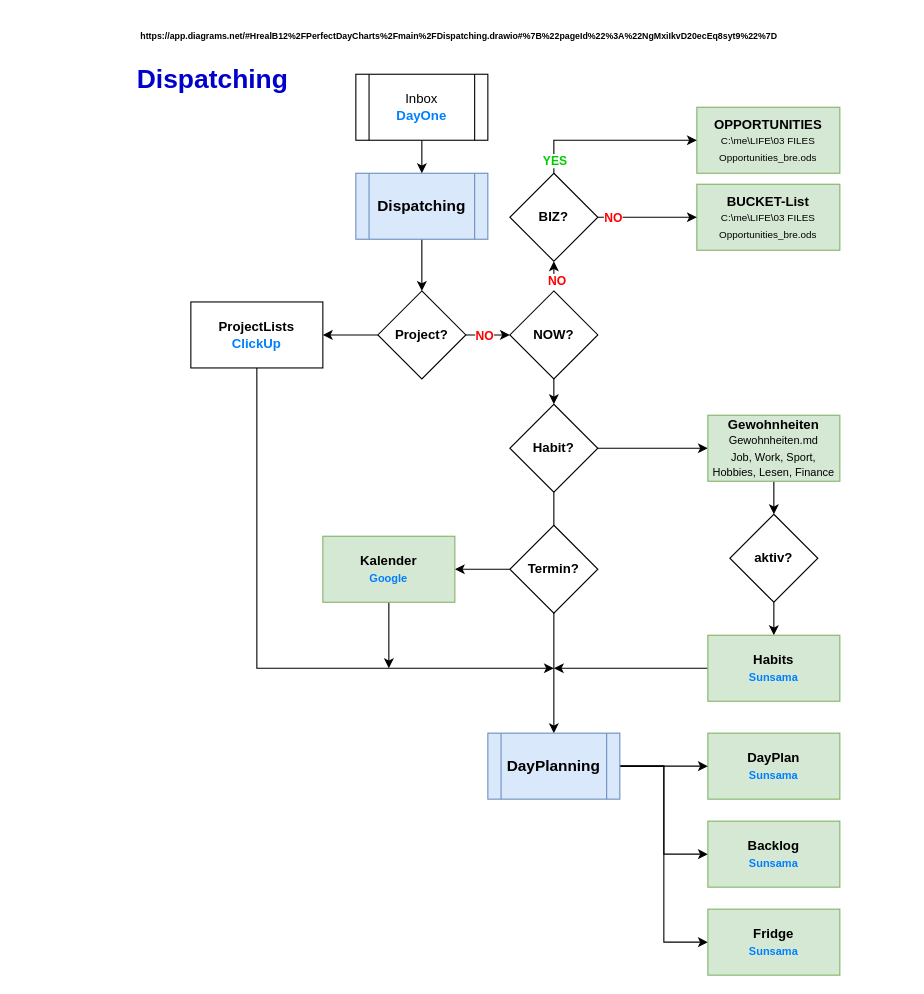
Above: Dispatching.drawio in realB12/PerfectDayCharts (draw.io), before the change. Source tidied: cells renumbered, new cells numbered last; positions are measured from the earlier drawing's top-left corner, leaving out a move shared by most shapes. Both pictures are drawn from the tidied source at 110%, with x=0, y=0 at pixel (19, 19).
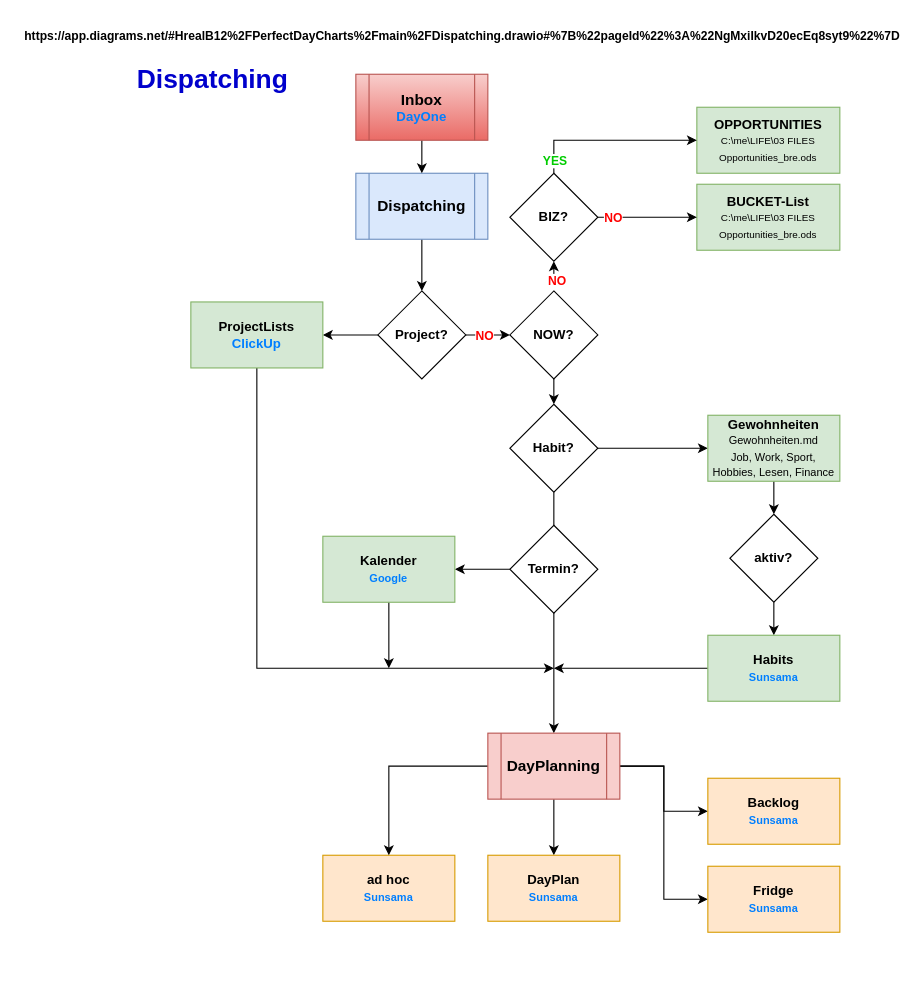
The same page after the edit.

Diff of the diagram source:
```diff
@@
-    <mxCell id="9" value="&lt;b&gt;ProjectLists&lt;/b&gt;&lt;br&gt;&lt;b&gt;&lt;font color=&quot;#007fff&quot;&gt;ClickUp&lt;/font&gt;&lt;/b&gt;" style="rounded=0;whiteSpace=wrap;html=1;" parent="1" vertex="1">
+    <mxCell id="9" value="&lt;b&gt;ProjectLists&lt;/b&gt;&lt;br&gt;&lt;b&gt;&lt;font color=&quot;#007fff&quot;&gt;ClickUp&lt;/font&gt;&lt;/b&gt;" style="rounded=0;whiteSpace=wrap;html=1;fillColor=#d5e8d4;strokeColor=#82b366;" parent="1" vertex="1">
       <mxGeometry x="156" y="257" width="120" height="60" as="geometry" />
     </mxCell>
@@
-    <mxCell id="28" value="Inbox&lt;br&gt;&lt;b&gt;&lt;font color=&quot;#007fff&quot;&gt;DayOne&lt;/font&gt;&lt;/b&gt;" style="shape=process;whiteSpace=wrap;html=1;backgroundOutline=1;" parent="1" vertex="1">
+    <mxCell id="28" value="&lt;b&gt;&lt;font style=&quot;font-size: 14px;&quot;&gt;Inbox&lt;/font&gt;&lt;/b&gt;&lt;br&gt;&lt;b&gt;&lt;font color=&quot;#007fff&quot;&gt;DayOne&lt;/font&gt;&lt;/b&gt;" style="shape=process;whiteSpace=wrap;html=1;backgroundOutline=1;fillColor=#f8cecc;strokeColor=#b85450;gradientColor=#ea6b66;" parent="1" vertex="1">
       <mxGeometry x="306" y="50" width="120" height="60" as="geometry" />
     </mxCell>
-    <mxCell id="29" value="&lt;b&gt;DayPlan&lt;/b&gt;&lt;br&gt;&lt;font color=&quot;#007fff&quot; size=&quot;1&quot;&gt;&lt;b&gt;Sunsama&lt;/b&gt;&lt;/font&gt;" style="rounded=0;whiteSpace=wrap;html=1;fillColor=#d5e8d4;strokeColor=#82b366;" parent="1" vertex="1">
-      <mxGeometry x="626" y="649" width="120" height="60" as="geometry" />
+    <mxCell id="29" value="&lt;b&gt;ad hoc&lt;br&gt;&lt;/b&gt;&lt;div&gt;&lt;b style=&quot;color: rgb(0, 127, 255); font-size: x-small;&quot;&gt;Sunsama&lt;/b&gt;&lt;br&gt;&lt;/div&gt;" style="rounded=0;whiteSpace=wrap;html=1;fillColor=#ffe6cc;strokeColor=#d79b00;labelBackgroundColor=none;" parent="1" vertex="1">
+      <mxGeometry x="276" y="760" width="120" height="60" as="geometry" />
     </mxCell>
@@
+    <mxCell id="45" style="edgeStyle=orthogonalEdgeStyle;rounded=0;jettySize=auto;html=1;" parent="1" edge="1" source="33" target="46">
+      <mxGeometry relative="1" as="geometry" />
+    </mxCell>
-    <mxCell id="33" value="&lt;font style=&quot;font-size: 14px;&quot;&gt;&lt;b&gt;DayPlanning&lt;/b&gt;&lt;/font&gt;" style="shape=process;whiteSpace=wrap;html=1;backgroundOutline=1;fillColor=#dae8fc;strokeColor=#6c8ebf;" parent="1" vertex="1">
+    <mxCell id="33" value="&lt;font style=&quot;font-size: 14px;&quot;&gt;&lt;b&gt;DayPlanning&lt;/b&gt;&lt;/font&gt;" style="shape=process;whiteSpace=wrap;html=1;backgroundOutline=1;fillColor=#f8cecc;strokeColor=#b85450;" parent="1" vertex="1">
       <mxGeometry x="426" y="649" width="120" height="60" as="geometry" />
     </mxCell>
-    <mxCell id="34" value="&lt;b&gt;Fridge&lt;/b&gt;&lt;br&gt;&lt;font color=&quot;#007fff&quot; size=&quot;1&quot;&gt;&lt;b&gt;Sunsama&lt;/b&gt;&lt;/font&gt;" style="rounded=0;whiteSpace=wrap;html=1;fillColor=#d5e8d4;strokeColor=#82b366;" parent="1" vertex="1">
-      <mxGeometry x="626" y="809" width="120" height="60" as="geometry" />
+    <mxCell id="34" value="&lt;b&gt;Fridge&lt;/b&gt;&lt;br&gt;&lt;font color=&quot;#007fff&quot; size=&quot;1&quot;&gt;&lt;b&gt;Sunsama&lt;/b&gt;&lt;/font&gt;" style="rounded=0;whiteSpace=wrap;html=1;fillColor=#ffe6cc;strokeColor=#d79b00;labelBackgroundColor=none;" parent="1" vertex="1">
+      <mxGeometry x="626" y="770" width="120" height="60" as="geometry" />
     </mxCell>
-    <mxCell id="35" value="&lt;b&gt;Backlog&lt;/b&gt;&lt;br&gt;&lt;font color=&quot;#007fff&quot; size=&quot;1&quot;&gt;&lt;b&gt;Sunsama&lt;/b&gt;&lt;/font&gt;" style="rounded=0;whiteSpace=wrap;html=1;fillColor=#d5e8d4;strokeColor=#82b366;" parent="1" vertex="1">
-      <mxGeometry x="626" y="729" width="120" height="60" as="geometry" />
+    <mxCell id="35" value="&lt;b&gt;Backlog&lt;/b&gt;&lt;br&gt;&lt;font color=&quot;#007fff&quot; size=&quot;1&quot;&gt;&lt;b&gt;Sunsama&lt;/b&gt;&lt;/font&gt;" style="rounded=0;whiteSpace=wrap;html=1;fillColor=#ffe6cc;strokeColor=#d79b00;labelBackgroundColor=none;" parent="1" vertex="1">
+      <mxGeometry x="626" y="690" width="120" height="60" as="geometry" />
     </mxCell>
@@
-    <mxCell id="44" value="https://app.diagrams.net/#HrealB12%2FPerfectDayCharts%2Fmain%2FDispatching.drawio#%7B%22pageId%22%3A%22NgMxiIkvD20ecEq8syt9%22%7D" style="text;html=1;align=center;verticalAlign=middle;whiteSpace=wrap;rounded=0;fontSize=8;fontStyle=1;" parent="1" vertex="1">
-      <mxGeometry width="800" height="30" as="geometry" />
+    <mxCell id="44" value="https://app.diagrams.net/#HrealB12%2FPerfectDayCharts%2Fmain%2FDispatching.drawio#%7B%22pageId%22%3A%22NgMxiIkvD20ecEq8syt9%22%7D" style="text;html=1;align=center;verticalAlign=middle;whiteSpace=wrap;rounded=0;fontSize=11;fontStyle=1;" parent="1" vertex="1">
+      <mxGeometry width="806" height="30" as="geometry" />
     </mxCell>
+    <mxCell id="46" value="&lt;b&gt;DayPlan&lt;/b&gt;&lt;br&gt;&lt;font color=&quot;#007fff&quot; size=&quot;1&quot;&gt;&lt;b&gt;Sunsama&lt;/b&gt;&lt;/font&gt;" style="rounded=0;whiteSpace=wrap;html=1;fillColor=#ffe6cc;strokeColor=#d79b00;labelBackgroundColor=none;" parent="1" vertex="1">
+      <mxGeometry x="426" y="760" width="120" height="60" as="geometry" />
+    </mxCell>
```
